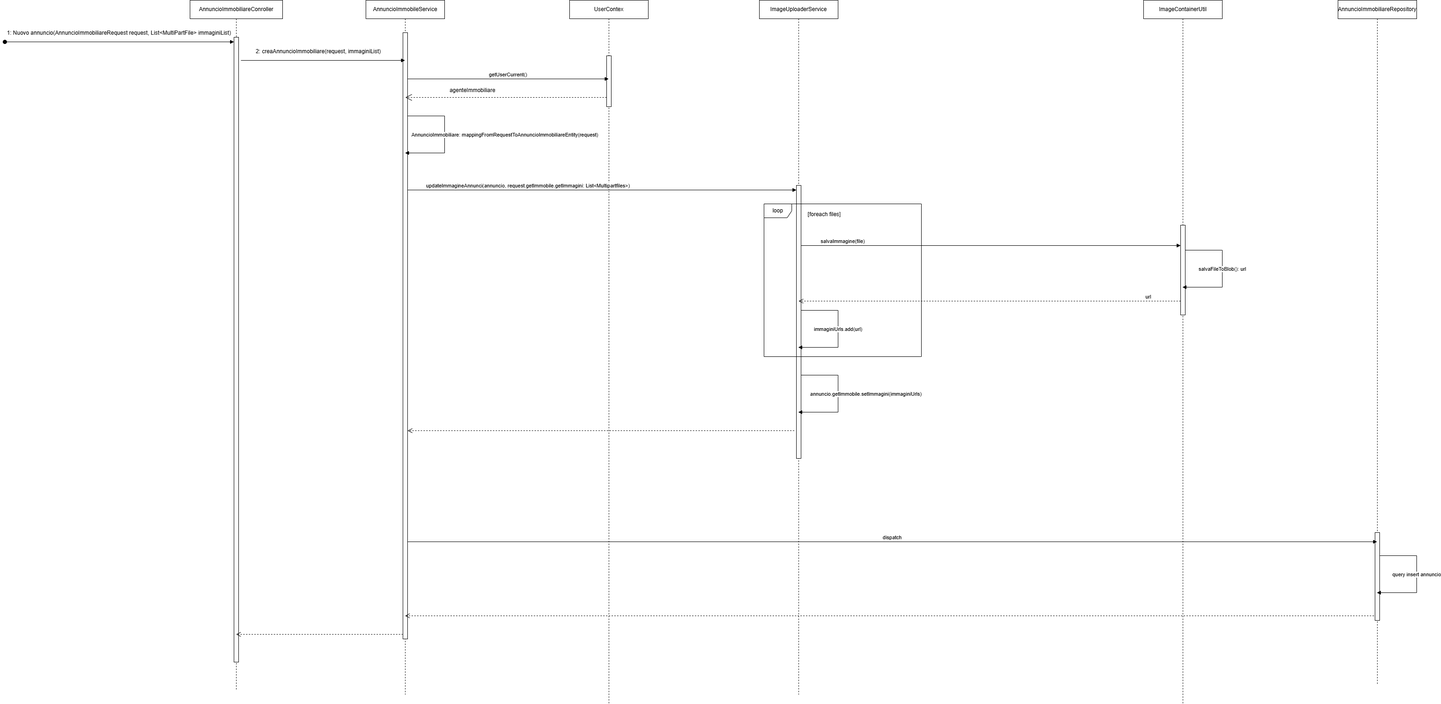
Above: Documentazione/Immagini/Sequence diagram/SequenceDiagram inserimentoAnnuncio.png in Sperob98/Documentazione-DietiEstates25 (draw.io), before the change. Source tidied: cells renumbered, new cells last; positions are measured from the earlier drawing's top-left corner, leaving out a move shared by most shapes.
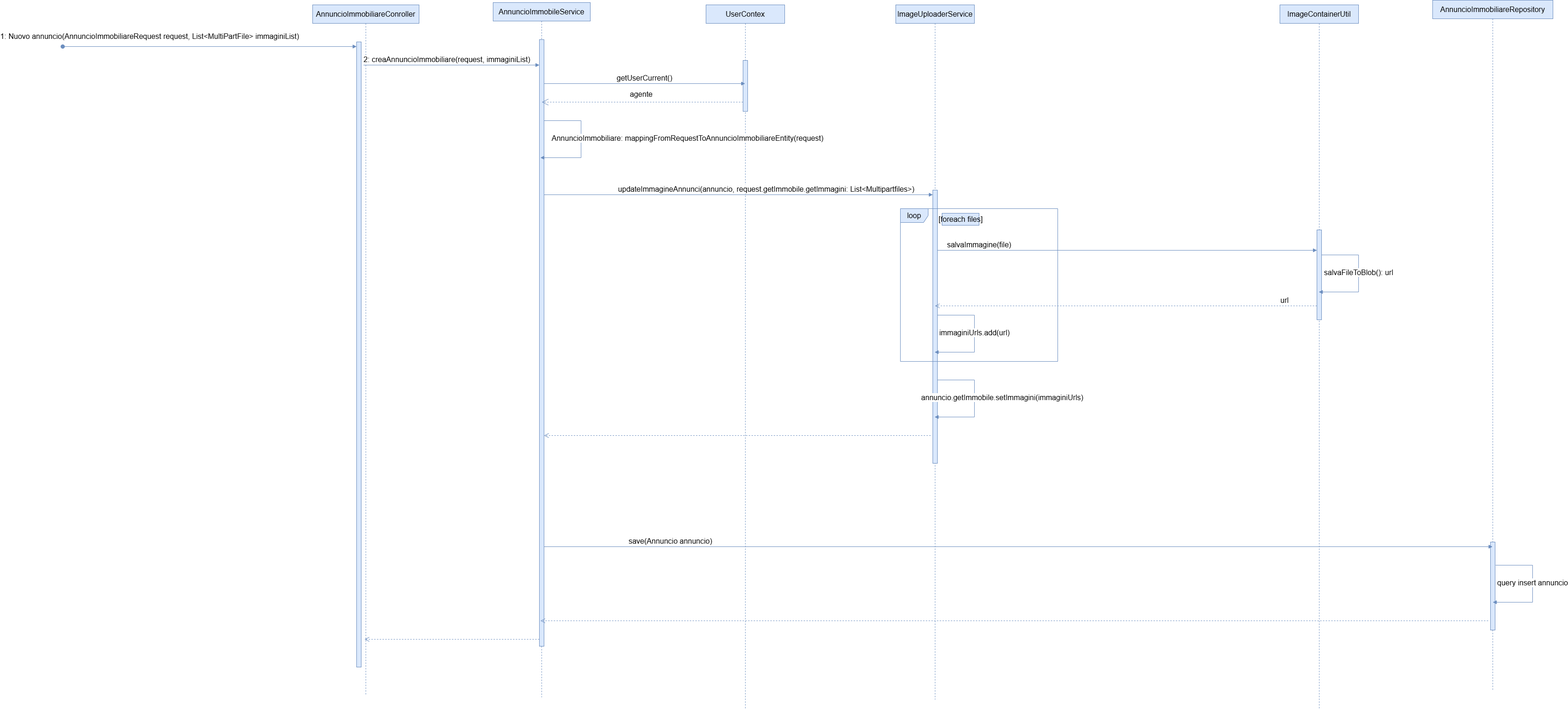
After the change.

Commit message:
Modificati gli stili dei sequence diagram

Change to the diagram source:
```diff
@@ -2,50 +2,47 @@
   <root>
     <mxCell id="0" />
     <mxCell id="1" parent="0" />
-    <mxCell id="2" value="AnnuncioImmobiliareConroller" style="shape=umlLifeline;perimeter=lifelinePerimeter;whiteSpace=wrap;html=1;outlineConnect=0;portConstraint=eastwest;newEdgeStyle={&quot;curved&quot;:0,&quot;rounded&quot;:0};" parent="1" vertex="1">
-      <mxGeometry x="400" width="200" height="1490" as="geometry" />
+    <mxCell id="2" value="AnnuncioImmobiliareConroller" style="shape=umlLifeline;perimeter=lifelinePerimeter;whiteSpace=wrap;html=1;outlineConnect=0;portConstraint=eastwest;newEdgeStyle={&quot;curved&quot;:0,&quot;rounded&quot;:0};fillColor=#dae8fc;strokeColor=#6c8ebf;fontSize=16;" parent="1" vertex="1">
+      <mxGeometry x="370" width="230" height="1490" as="geometry" />
     </mxCell>
-    <mxCell id="3" style="html=1;points=[[0,0,0,0,5],[0,1,0,0,-5],[1,0,0,0,5],[1,1,0,0,-5]];perimeter=orthogonalPerimeter;outlineConnect=0;targetShapes=umlLifeline;portConstraint=eastwest;newEdgeStyle={&quot;curved&quot;:0,&quot;rounded&quot;:0};" parent="2" vertex="1">
+    <mxCell id="3" style="html=1;points=[[0,0,0,0,5],[0,1,0,0,-5],[1,0,0,0,5],[1,1,0,0,-5]];perimeter=orthogonalPerimeter;outlineConnect=0;targetShapes=umlLifeline;portConstraint=eastwest;newEdgeStyle={&quot;curved&quot;:0,&quot;rounded&quot;:0};fillColor=#dae8fc;strokeColor=#6c8ebf;fontSize=16;" parent="2" vertex="1">
       <mxGeometry x="95" y="80" width="10" height="1350" as="geometry" />
     </mxCell>
-    <mxCell id="4" value="&lt;font style=&quot;font-size: 12px;&quot;&gt;1: Nuovo annuncio(AnnuncioImmobiliareRequest request, List&amp;lt;MultiPartFile&amp;gt; immaginiList)&amp;nbsp;&lt;/font&gt;" style="html=1;verticalAlign=bottom;startArrow=oval;startFill=1;endArrow=block;startSize=8;curved=0;rounded=0;strokeWidth=1;jumpSize=14;" parent="1" edge="1" target="3">
-      <mxGeometry y="10" relative="1" as="geometry">
-        <mxPoint y="90" as="sourcePoint" />
+    <mxCell id="4" value="&lt;font&gt;1: Nuovo annuncio(AnnuncioImmobiliareRequest request, List&amp;lt;MultiPartFile&amp;gt; immaginiList)&amp;nbsp;&lt;/font&gt;" style="html=1;verticalAlign=bottom;startArrow=oval;startFill=1;endArrow=block;startSize=8;curved=0;rounded=0;strokeWidth=1;jumpSize=14;fillColor=#dae8fc;strokeColor=#6c8ebf;fontSize=16;" parent="1" edge="1" target="3">
+      <mxGeometry x="-0.4" y="10" relative="1" as="geometry">
+        <mxPoint x="-170" y="90" as="sourcePoint" />
       </mxGeometry>
     </mxCell>
-    <mxCell id="5" value="AnnuncioImmobileService" style="shape=umlLifeline;perimeter=lifelinePerimeter;whiteSpace=wrap;html=1;outlineConnect=0;portConstraint=eastwest;newEdgeStyle={&quot;curved&quot;:0,&quot;rounded&quot;:0};" parent="1" vertex="1">
-      <mxGeometry x="780" width="170" height="1500" as="geometry" />
+    <mxCell id="5" value="AnnuncioImmobileService" style="shape=umlLifeline;perimeter=lifelinePerimeter;whiteSpace=wrap;html=1;outlineConnect=0;portConstraint=eastwest;newEdgeStyle={&quot;curved&quot;:0,&quot;rounded&quot;:0};fillColor=#dae8fc;strokeColor=#6c8ebf;fontSize=16;" parent="1" vertex="1">
+      <mxGeometry x="760" y="-5" width="210" height="1500" as="geometry" />
     </mxCell>
-    <mxCell id="6" style="html=1;points=[[0,0,0,0,5],[0,1,0,0,-5],[1,0,0,0,5],[1,1,0,0,-5]];perimeter=orthogonalPerimeter;outlineConnect=0;targetShapes=umlLifeline;portConstraint=eastwest;newEdgeStyle={&quot;curved&quot;:0,&quot;rounded&quot;:0};" parent="5" vertex="1">
-      <mxGeometry x="80" y="70" width="10" height="1310" as="geometry" />
+    <mxCell id="6" style="html=1;points=[[0,0,0,0,5],[0,1,0,0,-5],[1,0,0,0,5],[1,1,0,0,-5]];perimeter=orthogonalPerimeter;outlineConnect=0;targetShapes=umlLifeline;portConstraint=eastwest;newEdgeStyle={&quot;curved&quot;:0,&quot;rounded&quot;:0};fillColor=#dae8fc;strokeColor=#6c8ebf;fontSize=16;" parent="5" vertex="1">
+      <mxGeometry x="100" y="80" width="10" height="1310" as="geometry" />
     </mxCell>
-    <mxCell id="7" value="&lt;font style=&quot;font-size: 12px;&quot;&gt;2: creaAnnuncioImmobiliare(request, immaginiList)&lt;/font&gt;" style="html=1;verticalAlign=bottom;endArrow=block;curved=0;rounded=0;" parent="1" edge="1" target="5">
-      <mxGeometry x="-0.06" y="10" relative="1" as="geometry">
-        <mxPoint x="510" y="130" as="sourcePoint" />
+    <mxCell id="7" value="&lt;font&gt;2: creaAnnuncioImmobiliare(request, immaginiList)&lt;/font&gt;" style="html=1;verticalAlign=bottom;endArrow=block;curved=0;rounded=0;fillColor=#dae8fc;strokeColor=#6c8ebf;fontSize=16;" parent="1" edge="1" target="6">
+      <mxGeometry x="-0.05" relative="1" as="geometry">
+        <mxPoint x="480" y="130" as="sourcePoint" />
       </mxGeometry>
     </mxCell>
-    <mxCell id="8" value="UserContex" style="shape=umlLifeline;perimeter=lifelinePerimeter;whiteSpace=wrap;html=1;outlineConnect=0;portConstraint=eastwest;newEdgeStyle={&quot;curved&quot;:0,&quot;rounded&quot;:0};" parent="1" vertex="1">
+    <mxCell id="8" value="UserContex" style="shape=umlLifeline;perimeter=lifelinePerimeter;whiteSpace=wrap;html=1;outlineConnect=0;portConstraint=eastwest;newEdgeStyle={&quot;curved&quot;:0,&quot;rounded&quot;:0};fillColor=#dae8fc;strokeColor=#6c8ebf;fontSize=16;" parent="1" vertex="1">
       <mxGeometry x="1220" width="170" height="1520" as="geometry" />
     </mxCell>
-    <mxCell id="9" style="html=1;perimeter=orthogonalPerimeter;targetShapes=umlLifeline;newEdgeStyle={&quot;curved&quot;:0,&quot;rounded&quot;:0};" parent="8" vertex="1">
+    <mxCell id="9" style="html=1;perimeter=orthogonalPerimeter;targetShapes=umlLifeline;newEdgeStyle={&quot;curved&quot;:0,&quot;rounded&quot;:0};fillColor=#dae8fc;strokeColor=#6c8ebf;fontSize=16;" parent="8" vertex="1">
       <mxGeometry x="80" y="120" width="10" height="110" as="geometry" />
     </mxCell>
-    <mxCell id="10" value="getUserCurrent()" style="html=1;verticalAlign=bottom;endArrow=block;curved=0;rounded=0;" parent="1" edge="1" target="8">
+    <mxCell id="10" value="getUserCurrent()" style="html=1;verticalAlign=bottom;endArrow=block;curved=0;rounded=0;fillColor=#dae8fc;strokeColor=#6c8ebf;fontSize=16;" parent="1" edge="1" target="8">
       <mxGeometry relative="1" as="geometry">
         <mxPoint x="870" y="170" as="sourcePoint" />
       </mxGeometry>
     </mxCell>
-    <mxCell id="11" style="endArrow=open;endSize=12;dashed=1;html=1;rounded=0;" parent="1" edge="1">
+    <mxCell id="11" style="endArrow=open;endSize=12;dashed=1;html=1;rounded=0;fillColor=#dae8fc;strokeColor=#6c8ebf;fontSize=16;" parent="1" edge="1">
       <mxGeometry x="0.01" relative="1" as="geometry">
         <mxPoint x="1300" y="210" as="sourcePoint" />
         <mxPoint x="865.1" y="210" as="targetPoint" />
       </mxGeometry>
     </mxCell>
-    <mxCell id="12" value="&lt;span style=&quot;font-weight: normal;&quot;&gt;agenteImmobiliare&lt;/span&gt;" style="text;align=center;fontStyle=1;verticalAlign=middle;spacingLeft=3;spacingRight=3;strokeColor=none;html=1;" parent="1" vertex="1">
-      <mxGeometry x="950" y="180" width="120" height="30" as="geometry" />
-    </mxCell>
-    <mxCell id="13" value="AnnuncioImmobiliare: mappingFromRequestToAnnuncioImmobiliareEntity(request)" style="html=1;verticalAlign=bottom;endArrow=block;curved=0;rounded=0;" parent="1" edge="1" target="5">
-      <mxGeometry x="0.06" y="130" relative="1" as="geometry">
+    <mxCell id="13" value="AnnuncioImmobiliare: mappingFromRequestToAnnuncioImmobiliareEntity(request)" style="html=1;verticalAlign=bottom;endArrow=block;curved=0;rounded=0;fillColor=#dae8fc;strokeColor=#6c8ebf;fontSize=16;" parent="1" edge="1" target="5">
+      <mxGeometry x="0.06" y="230" relative="1" as="geometry">
         <mxPoint x="870" y="250" as="sourcePoint" />
         <Array as="points">
           <mxPoint x="950" y="250" />
@@ -53,39 +50,39 @@
         </Array>
       </mxGeometry>
     </mxCell>
-    <mxCell id="14" value="ImageUploaderService" style="shape=umlLifeline;perimeter=lifelinePerimeter;whiteSpace=wrap;html=1;newEdgeStyle={&quot;curved&quot;:0,&quot;rounded&quot;:0};" parent="1" vertex="1">
+    <mxCell id="14" value="ImageUploaderService" style="shape=umlLifeline;perimeter=lifelinePerimeter;whiteSpace=wrap;html=1;newEdgeStyle={&quot;curved&quot;:0,&quot;rounded&quot;:0};fillColor=#dae8fc;strokeColor=#6c8ebf;fontSize=16;" parent="1" vertex="1">
       <mxGeometry x="1630" width="170" height="1500" as="geometry" />
     </mxCell>
-    <mxCell id="15" style="html=1;points=[[0,0,0,0,5],[0,1,0,0,-5],[1,0,0,0,5],[1,1,0,0,-5]];perimeter=orthogonalPerimeter;outlineConnect=0;targetShapes=umlLifeline;portConstraint=eastwest;newEdgeStyle={&quot;curved&quot;:0,&quot;rounded&quot;:0};" parent="14" vertex="1">
+    <mxCell id="15" style="html=1;points=[[0,0,0,0,5],[0,1,0,0,-5],[1,0,0,0,5],[1,1,0,0,-5]];perimeter=orthogonalPerimeter;outlineConnect=0;targetShapes=umlLifeline;portConstraint=eastwest;newEdgeStyle={&quot;curved&quot;:0,&quot;rounded&quot;:0};fillColor=#dae8fc;strokeColor=#6c8ebf;fontSize=16;" parent="14" vertex="1">
       <mxGeometry x="80" y="400" width="10" height="590" as="geometry" />
     </mxCell>
-    <mxCell id="16" value="updateImmagineAnnunci(annuncio, request.getImmobile.getImmagini: List&amp;lt;Multipartfiles&amp;gt;)" style="html=1;verticalAlign=bottom;endArrow=block;curved=0;rounded=0;" parent="1" edge="1" target="15">
-      <mxGeometry x="-0.38" relative="1" as="geometry">
+    <mxCell id="16" value="updateImmagineAnnunci(annuncio, request.getImmobile.getImmagini: List&amp;lt;Multipartfiles&amp;gt;)" style="html=1;verticalAlign=bottom;endArrow=block;curved=0;rounded=0;fillColor=#dae8fc;strokeColor=#6c8ebf;fontSize=16;" parent="1" edge="1" target="15">
+      <mxGeometry x="0.14" relative="1" as="geometry">
         <mxPoint x="870" y="410" as="sourcePoint" />
       </mxGeometry>
     </mxCell>
-    <mxCell id="17" value="&lt;span style=&quot;font-weight: normal;&quot;&gt;[foreach files]&lt;/span&gt;" style="text;align=center;fontStyle=1;verticalAlign=middle;spacingLeft=3;spacingRight=3;strokeColor=none;html=1;" parent="1" vertex="1">
+    <mxCell id="17" value="&lt;span style=&quot;font-weight: normal;&quot;&gt;[foreach files]&lt;/span&gt;" style="text;align=center;fontStyle=1;verticalAlign=middle;spacingLeft=3;spacingRight=3;strokeColor=#6c8ebf;html=1;fillColor=#dae8fc;fontSize=16;" parent="1" vertex="1">
       <mxGeometry x="1730" y="450" width="80" height="26" as="geometry" />
     </mxCell>
-    <mxCell id="18" value="ImageContainerUtil" style="shape=umlLifeline;perimeter=lifelinePerimeter;whiteSpace=wrap;html=1;newEdgeStyle={&quot;curved&quot;:0,&quot;rounded&quot;:0};" parent="1" vertex="1">
+    <mxCell id="18" value="ImageContainerUtil" style="shape=umlLifeline;perimeter=lifelinePerimeter;whiteSpace=wrap;html=1;newEdgeStyle={&quot;curved&quot;:0,&quot;rounded&quot;:0};fillColor=#dae8fc;strokeColor=#6c8ebf;fontSize=16;" parent="1" vertex="1">
       <mxGeometry x="2460" width="170" height="1520" as="geometry" />
     </mxCell>
-    <mxCell id="19" style="html=1;perimeter=orthogonalPerimeter;targetShapes=umlLifeline;newEdgeStyle={&quot;curved&quot;:0,&quot;rounded&quot;:0};" parent="18" vertex="1">
+    <mxCell id="19" style="html=1;perimeter=orthogonalPerimeter;targetShapes=umlLifeline;newEdgeStyle={&quot;curved&quot;:0,&quot;rounded&quot;:0};fillColor=#dae8fc;strokeColor=#6c8ebf;fontSize=16;" parent="18" vertex="1">
       <mxGeometry x="80" y="486" width="10" height="194" as="geometry" />
     </mxCell>
-    <mxCell id="20" value="salvaImmagine(file)" style="html=1;verticalAlign=bottom;endArrow=block;curved=0;rounded=0;" parent="1" edge="1">
+    <mxCell id="20" value="salvaImmagine(file)" style="html=1;verticalAlign=bottom;endArrow=block;curved=0;rounded=0;fillColor=#dae8fc;strokeColor=#6c8ebf;fontSize=16;" parent="1" edge="1">
       <mxGeometry x="-0.78" relative="1" as="geometry">
         <mxPoint x="1720" y="530" as="sourcePoint" />
         <mxPoint x="2540" y="530" as="targetPoint" />
       </mxGeometry>
     </mxCell>
-    <mxCell id="21" value="url" style="html=1;verticalAlign=bottom;endArrow=open;dashed=1;endSize=8;curved=0;rounded=0;" parent="1" edge="1">
+    <mxCell id="21" value="url" style="html=1;verticalAlign=bottom;endArrow=open;dashed=1;endSize=8;curved=0;rounded=0;fillColor=#dae8fc;strokeColor=#6c8ebf;fontSize=16;" parent="1" edge="1">
       <mxGeometry x="-0.83" relative="1" as="geometry">
         <mxPoint x="2540" y="650" as="sourcePoint" />
         <mxPoint x="1714.7" y="650" as="targetPoint" />
       </mxGeometry>
     </mxCell>
-    <mxCell id="22" value="salvaFileToBlob(): url" style="html=1;verticalAlign=bottom;endArrow=block;curved=0;rounded=0;" parent="1" edge="1">
+    <mxCell id="22" value="salvaFileToBlob(): url" style="html=1;verticalAlign=bottom;endArrow=block;curved=0;rounded=0;fillColor=#dae8fc;strokeColor=#6c8ebf;fontSize=16;" parent="1" edge="1">
       <mxGeometry x="0.06" relative="1" as="geometry">
         <mxPoint x="2550" y="540" as="sourcePoint" />
         <mxPoint x="2544" y="620" as="targetPoint" />
@@ -95,10 +92,10 @@
         </Array>
       </mxGeometry>
     </mxCell>
-    <mxCell id="23" value="loop" style="shape=umlFrame;whiteSpace=wrap;html=1;" parent="1" vertex="1">
+    <mxCell id="23" value="loop" style="shape=umlFrame;whiteSpace=wrap;html=1;fillColor=#dae8fc;strokeColor=#6c8ebf;fontSize=16;" parent="1" vertex="1">
       <mxGeometry x="1640" y="440" width="340" height="330" as="geometry" />
     </mxCell>
-    <mxCell id="24" value="immaginiUrls.add(url)" style="html=1;verticalAlign=bottom;endArrow=block;curved=0;rounded=0;" parent="1" edge="1">
+    <mxCell id="24" value="immaginiUrls.add(url)" style="html=1;verticalAlign=bottom;endArrow=block;curved=0;rounded=0;fillColor=#dae8fc;strokeColor=#6c8ebf;fontSize=16;" parent="1" edge="1">
       <mxGeometry x="0.06" relative="1" as="geometry">
         <mxPoint x="1720" y="670" as="sourcePoint" />
         <mxPoint x="1714" y="750" as="targetPoint" />
@@ -108,7 +105,7 @@
         </Array>
       </mxGeometry>
     </mxCell>
-    <mxCell id="25" value="annuncio.getImmobile.setImmagini(immaginiUrls)" style="html=1;verticalAlign=bottom;endArrow=block;curved=0;rounded=0;" parent="1" edge="1">
+    <mxCell id="25" value="annuncio.getImmobile.setImmagini(immaginiUrls)" style="html=1;verticalAlign=bottom;endArrow=block;curved=0;rounded=0;fillColor=#dae8fc;strokeColor=#6c8ebf;fontSize=16;" parent="1" edge="1">
       <mxGeometry x="0.06" y="60" relative="1" as="geometry">
         <mxPoint x="1720" y="810" as="sourcePoint" />
         <mxPoint x="1714" y="890" as="targetPoint" />
@@ -118,41 +115,44 @@
         </Array>
       </mxGeometry>
     </mxCell>
-    <mxCell id="26" style="html=1;verticalAlign=bottom;endArrow=open;dashed=1;endSize=8;curved=0;rounded=0;" parent="1" edge="1" target="6">
+    <mxCell id="26" style="html=1;verticalAlign=bottom;endArrow=open;dashed=1;endSize=8;curved=0;rounded=0;fillColor=#dae8fc;strokeColor=#6c8ebf;fontSize=16;" parent="1" edge="1" target="6">
       <mxGeometry x="-0.83" relative="1" as="geometry">
         <mxPoint x="1705.3" y="930" as="sourcePoint" />
       </mxGeometry>
     </mxCell>
-    <mxCell id="27" value="AnnuncioImmobiliareRepository" style="shape=umlLifeline;perimeter=lifelinePerimeter;whiteSpace=wrap;html=1;outlineConnect=0;portConstraint=eastwest;newEdgeStyle={&quot;curved&quot;:0,&quot;rounded&quot;:0};" parent="1" vertex="1">
-      <mxGeometry x="2880" width="170" height="1480" as="geometry" />
+    <mxCell id="27" value="AnnuncioImmobiliareRepository" style="shape=umlLifeline;perimeter=lifelinePerimeter;whiteSpace=wrap;html=1;outlineConnect=0;portConstraint=eastwest;newEdgeStyle={&quot;curved&quot;:0,&quot;rounded&quot;:0};fillColor=#dae8fc;strokeColor=#6c8ebf;fontSize=16;" parent="1" vertex="1">
+      <mxGeometry x="2790" y="-10" width="260" height="1490" as="geometry" />
     </mxCell>
-    <mxCell id="28" style="html=1;perimeter=orthogonalPerimeter;targetShapes=umlLifeline;newEdgeStyle={&quot;curved&quot;:0,&quot;rounded&quot;:0};" parent="27" vertex="1">
-      <mxGeometry x="80" y="1150" width="10" height="190" as="geometry" />
+    <mxCell id="28" style="html=1;perimeter=orthogonalPerimeter;targetShapes=umlLifeline;newEdgeStyle={&quot;curved&quot;:0,&quot;rounded&quot;:0};fillColor=#dae8fc;strokeColor=#6c8ebf;fontSize=16;" parent="27" vertex="1">
+      <mxGeometry x="125" y="1170" width="10" height="190" as="geometry" />
     </mxCell>
-    <mxCell id="29" value="dispatch" style="html=1;verticalAlign=bottom;endArrow=block;curved=0;rounded=0;" parent="1" edge="1" target="27">
-      <mxGeometry relative="1" as="geometry">
+    <mxCell id="29" value="save(Annuncio annuncio)" style="html=1;verticalAlign=bottom;endArrow=block;curved=0;rounded=0;fillColor=#dae8fc;strokeColor=#6c8ebf;fontSize=16;" parent="1" edge="1" target="27">
+      <mxGeometry x="-0.73" relative="1" as="geometry">
         <mxPoint x="870" y="1170" as="sourcePoint" />
       </mxGeometry>
     </mxCell>
-    <mxCell id="30" value="query insert annuncio" style="html=1;verticalAlign=bottom;endArrow=block;curved=0;rounded=0;" parent="1" edge="1">
+    <mxCell id="30" value="query insert annuncio" style="html=1;verticalAlign=bottom;endArrow=block;curved=0;rounded=0;fillColor=#dae8fc;strokeColor=#6c8ebf;fontSize=16;" parent="1" edge="1">
       <mxGeometry x="0.06" relative="1" as="geometry">
-        <mxPoint x="2970" y="1200" as="sourcePoint" />
-        <mxPoint x="2964" y="1280" as="targetPoint" />
+        <mxPoint x="2926" y="1210" as="sourcePoint" />
+        <mxPoint x="2920" y="1290" as="targetPoint" />
         <Array as="points">
-          <mxPoint x="3050" y="1200" />
-          <mxPoint x="3050" y="1280" />
+          <mxPoint x="3006" y="1210" />
+          <mxPoint x="3006" y="1290" />
         </Array>
       </mxGeometry>
     </mxCell>
-    <mxCell id="31" style="html=1;verticalAlign=bottom;endArrow=open;dashed=1;endSize=8;curved=0;rounded=0;" parent="1" edge="1" target="5">
+    <mxCell id="31" style="html=1;verticalAlign=bottom;endArrow=open;dashed=1;endSize=8;curved=0;rounded=0;fillColor=#dae8fc;strokeColor=#6c8ebf;fontSize=16;" parent="1" edge="1" target="5">
       <mxGeometry x="-0.83" relative="1" as="geometry">
-        <mxPoint x="2957.7" y="1330" as="sourcePoint" />
+        <mxPoint x="2910" y="1330" as="sourcePoint" />
       </mxGeometry>
     </mxCell>
-    <mxCell id="32" style="html=1;verticalAlign=bottom;endArrow=open;dashed=1;endSize=8;curved=0;rounded=0;" parent="1" edge="1" target="2">
+    <mxCell id="32" style="html=1;verticalAlign=bottom;endArrow=open;dashed=1;endSize=8;curved=0;rounded=0;fillColor=#dae8fc;strokeColor=#6c8ebf;fontSize=16;" parent="1" edge="1" target="2">
       <mxGeometry relative="1" as="geometry">
         <mxPoint x="860" y="1370" as="sourcePoint" />
       </mxGeometry>
     </mxCell>
+    <mxCell id="33" value="&lt;span style=&quot;font-weight: normal;&quot;&gt;&lt;font style=&quot;font-size: 16px;&quot;&gt;agente&lt;/font&gt;&lt;/span&gt;" style="text;align=center;fontStyle=1;verticalAlign=middle;spacingLeft=3;spacingRight=3;strokeColor=none;html=1;" parent="1" vertex="1">
+      <mxGeometry x="1040" y="180" width="80" height="26" as="geometry" />
+    </mxCell>
   </root>
 </mxGraphModel>
```
